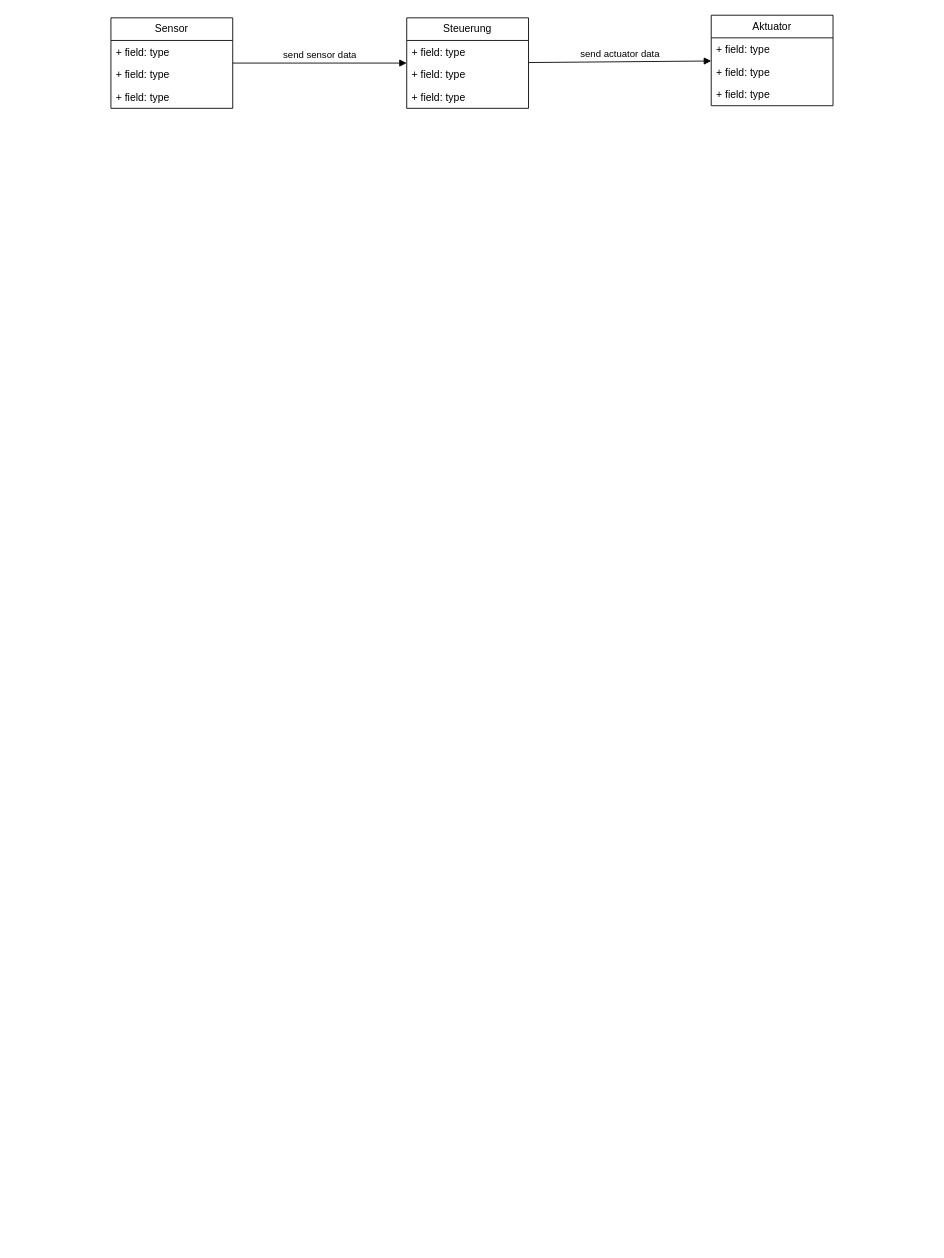
WilkoLu/RoSiBa keeps this draw.io diagram as Entwurf/Systementwurf.drawio. Above is the earlier version. Source tidied: cells renumbered, new cells numbered last; positions are measured from the earlier drawing's top-left corner, leaving out a move shared by most shapes. Both pictures are drawn from the tidied source at 87%, with x=0, y=0 at pixel (110, 15).
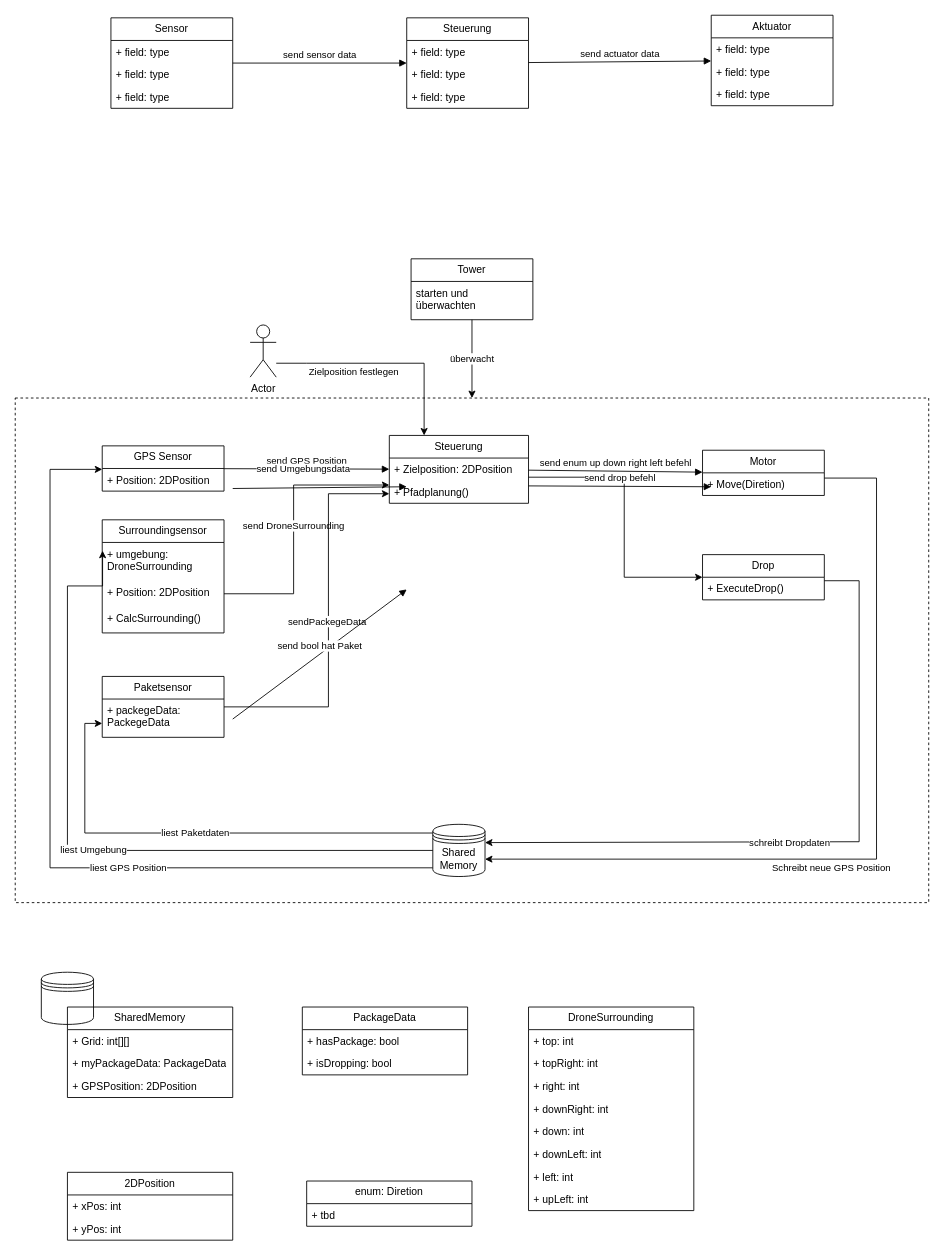
The same page after the edit.

Diff of the diagram source:
```diff
@@
+    <mxCell id="16" style="rounded=0;whiteSpace=wrap;html=1;fillColor=none;dashed=1;" parent="1" vertex="1">
+      <mxGeometry x="-110" y="440" width="1050" height="580" as="geometry" />
+    </mxCell>
@@
+    <mxCell id="17" value="GPS Sensor" style="swimlane;fontStyle=0;horizontal=1;startSize=26;fillColor=none;whiteSpace=wrap;html=1;" parent="1" vertex="1">
+      <mxGeometry x="-10" y="495" width="140" height="52" as="geometry" />
+    </mxCell>
+    <mxCell id="18" value="+ Position: 2DPosition" style="text;strokeColor=none;fillColor=none;align=left;verticalAlign=top;spacingLeft=4;spacingRight=4;overflow=hidden;whiteSpace=wrap;html=1;" parent="17" vertex="1">
+      <mxGeometry y="26" width="140" height="26" as="geometry" />
+    </mxCell>
+    <mxCell id="19" style="edgeStyle=orthogonalEdgeStyle;rounded=0;jettySize=auto;html=1;" parent="1" edge="1" source="20" target="34">
+      <mxGeometry relative="1" as="geometry">
+        <Array as="points">
+          <mxPoint x="590" y="531" />
+          <mxPoint x="590" y="646" />
+        </Array>
+      </mxGeometry>
+    </mxCell>
+    <mxCell id="20" value="Steuerung" style="swimlane;fontStyle=0;horizontal=1;startSize=26;fillColor=none;whiteSpace=wrap;html=1;" parent="1" vertex="1">
+      <mxGeometry x="320" y="483" width="160" height="78" as="geometry" />
+    </mxCell>
+    <mxCell id="21" value="+ Zielposition: 2DPosition" style="text;strokeColor=none;fillColor=none;align=left;verticalAlign=top;spacingLeft=4;spacingRight=4;overflow=hidden;whiteSpace=wrap;html=1;" parent="20" vertex="1">
+      <mxGeometry y="26" width="160" height="26" as="geometry" />
+    </mxCell>
+    <mxCell id="22" value="+ Pfadplanung()" style="text;strokeColor=none;fillColor=none;align=left;verticalAlign=top;spacingLeft=4;spacingRight=4;overflow=hidden;whiteSpace=wrap;html=1;" parent="20" vertex="1">
+      <mxGeometry y="52" width="160" height="26" as="geometry" />
+    </mxCell>
+    <mxCell id="23" value="Schreibt neue GPS Position" style="edgeStyle=orthogonalEdgeStyle;rounded=0;jettySize=auto;html=1;" parent="1" edge="1" source="24">
+      <mxGeometry x="0.16" y="10" relative="1" as="geometry">
+        <mxPoint x="430" y="970" as="targetPoint" />
+        <Array as="points">
+          <mxPoint x="880" y="532" />
+          <mxPoint x="880" y="970" />
+        </Array>
+      </mxGeometry>
+    </mxCell>
+    <mxCell id="24" value="Motor" style="swimlane;fontStyle=0;horizontal=1;startSize=26;fillColor=none;whiteSpace=wrap;html=1;" parent="1" vertex="1">
+      <mxGeometry x="680" y="500" width="140" height="52" as="geometry" />
+    </mxCell>
+    <mxCell id="25" value="+ Move(Diretion)" style="text;strokeColor=none;fillColor=none;align=left;verticalAlign=top;spacingLeft=4;spacingRight=4;overflow=hidden;whiteSpace=wrap;html=1;" parent="24" vertex="1">
+      <mxGeometry y="26" width="140" height="26" as="geometry" />
+    </mxCell>
+    <mxCell id="26" value="send GPS Position" style="html=1;verticalAlign=bottom;endArrow=block;curved=0;rounded=0;" parent="1" edge="1" source="17" target="20">
+      <mxGeometry relative="1" as="geometry" />
+    </mxCell>
+    <mxCell id="27" value="send enum up down right left befehl" style="html=1;verticalAlign=bottom;endArrow=block;curved=0;rounded=0;" parent="1" edge="1" source="20" target="24">
+      <mxGeometry relative="1" as="geometry" />
+    </mxCell>
+    <mxCell id="28" value="send&amp;nbsp;DroneSurrounding" style="edgeStyle=orthogonalEdgeStyle;rounded=0;orthogonalLoop=1;jettySize=auto;html=1;" parent="1" edge="1">
+      <mxGeometry relative="1" as="geometry">
+        <mxPoint x="130" y="665" as="sourcePoint" />
+        <mxPoint x="320" y="540" as="targetPoint" />
+        <Array as="points">
+          <mxPoint x="210" y="665" />
+          <mxPoint x="210" y="540" />
+        </Array>
+      </mxGeometry>
+    </mxCell>
+    <mxCell id="29" value="Surroundingsensor" style="swimlane;fontStyle=0;horizontal=1;startSize=26;fillColor=none;whiteSpace=wrap;html=1;" parent="1" vertex="1">
+      <mxGeometry x="-10" y="580" width="140" height="130" as="geometry" />
+    </mxCell>
+    <mxCell id="30" value="+ umgebung: DroneSurrounding" style="text;strokeColor=none;fillColor=none;align=left;verticalAlign=top;spacingLeft=4;spacingRight=4;overflow=hidden;points=[[0,0.5],[1,0.5]];portConstraint=eastwest;whiteSpace=wrap;html=1;" parent="29" vertex="1">
+      <mxGeometry y="26" width="140" height="44" as="geometry" />
+    </mxCell>
+    <mxCell id="31" value="+ Position: 2DPosition" style="text;strokeColor=none;fillColor=none;align=left;verticalAlign=top;spacingLeft=4;spacingRight=4;overflow=hidden;whiteSpace=wrap;html=1;" parent="29" vertex="1">
+      <mxGeometry y="70" width="140" height="30" as="geometry" />
+    </mxCell>
+    <mxCell id="32" value="+ CalcSurrounding()" style="text;strokeColor=none;fillColor=none;align=left;verticalAlign=top;spacingLeft=4;spacingRight=4;overflow=hidden;whiteSpace=wrap;html=1;" parent="29" vertex="1">
+      <mxGeometry y="100" width="140" height="30" as="geometry" />
+    </mxCell>
+    <mxCell id="33" value="send Umgebungsdata" style="html=1;verticalAlign=bottom;endArrow=block;curved=0;rounded=0;exitX=1.002;exitY=0.306;exitDx=0;exitDy=0;exitPerimeter=0;entryX=0;entryY=0.5;entryDx=0;entryDy=0;" parent="1" edge="1">
+      <mxGeometry x="-0.19" y="12" relative="1" as="geometry">
+        <mxPoint x="140" y="544" as="sourcePoint" />
+        <mxPoint x="340" y="542" as="targetPoint" />
+      </mxGeometry>
+    </mxCell>
+    <mxCell id="34" value="Drop" style="swimlane;fontStyle=0;horizontal=1;startSize=26;fillColor=none;whiteSpace=wrap;html=1;" parent="1" vertex="1">
+      <mxGeometry x="680" y="620" width="140" height="52" as="geometry" />
+    </mxCell>
+    <mxCell id="35" value="+ ExecuteDrop()" style="text;strokeColor=none;fillColor=none;align=left;verticalAlign=top;spacingLeft=4;spacingRight=4;overflow=hidden;whiteSpace=wrap;html=1;" parent="34" vertex="1">
+      <mxGeometry y="26" width="140" height="26" as="geometry" />
+    </mxCell>
+    <mxCell id="36" value="send drop befehl" style="html=1;verticalAlign=bottom;endArrow=block;curved=0;rounded=0;entryX=-0.024;entryY=0.49;entryDx=0;entryDy=0;entryPerimeter=0;exitX=1;exitY=0.5;exitDx=0;exitDy=0;" parent="1" edge="1">
+      <mxGeometry relative="1" as="geometry">
+        <mxPoint x="480" y="541" as="sourcePoint" />
+        <mxPoint x="690" y="542" as="targetPoint" />
+      </mxGeometry>
+    </mxCell>
+    <mxCell id="37" value="überwacht" style="edgeStyle=orthogonalEdgeStyle;rounded=0;jettySize=auto;html=1;" parent="1" edge="1" source="38" target="16">
+      <mxGeometry relative="1" as="geometry" />
+    </mxCell>
+    <mxCell id="38" value="Tower" style="swimlane;fontStyle=0;horizontal=1;startSize=26;fillColor=none;whiteSpace=wrap;html=1;" parent="1" vertex="1">
+      <mxGeometry x="345" y="280" width="140" height="70" as="geometry" />
+    </mxCell>
+    <mxCell id="39" value="starten und überwachten" style="text;strokeColor=none;fillColor=none;align=left;verticalAlign=top;spacingLeft=4;spacingRight=4;overflow=hidden;whiteSpace=wrap;html=1;" parent="38" vertex="1">
+      <mxGeometry y="26" width="140" height="44" as="geometry" />
+    </mxCell>
+    <mxCell id="40" value="Actor" style="shape=umlActor;verticalLabelPosition=bottom;verticalAlign=top;html=1;outlineConnect=0;" parent="1" vertex="1">
+      <mxGeometry x="160" y="356" width="30" height="60" as="geometry" />
+    </mxCell>
+    <mxCell id="41" value="Zielposition festlegen" style="edgeStyle=orthogonalEdgeStyle;rounded=0;jettySize=auto;html=1;entryX=0.25;entryY=0;entryDx=0;entryDy=0;" parent="1" edge="1" source="40" target="20">
+      <mxGeometry x="-0.3" y="-10" relative="1" as="geometry">
+        <Array as="points">
+          <mxPoint x="225" y="400" />
+          <mxPoint x="365" y="400" />
+        </Array>
+      </mxGeometry>
+    </mxCell>
+    <mxCell id="42" value="sendPackegeData&amp;nbsp;" style="edgeStyle=orthogonalEdgeStyle;rounded=0;jettySize=auto;html=1;" parent="1" edge="1" source="43" target="20">
+      <mxGeometry relative="1" as="geometry">
+        <Array as="points">
+          <mxPoint x="250" y="795" />
+          <mxPoint x="250" y="550" />
+        </Array>
+      </mxGeometry>
+    </mxCell>
+    <mxCell id="43" value="Paketsensor" style="swimlane;fontStyle=0;horizontal=1;startSize=26;fillColor=none;whiteSpace=wrap;html=1;" parent="1" vertex="1">
+      <mxGeometry x="-10" y="760" width="140" height="70" as="geometry" />
+    </mxCell>
+    <mxCell id="44" value="+ packegeData: PackegeData" style="text;strokeColor=none;fillColor=none;align=left;verticalAlign=top;spacingLeft=4;spacingRight=4;overflow=hidden;whiteSpace=wrap;html=1;" parent="43" vertex="1">
+      <mxGeometry y="26" width="140" height="44" as="geometry" />
+    </mxCell>
+    <mxCell id="45" value="send bool hat Paket" style="html=1;verticalAlign=bottom;endArrow=block;curved=0;rounded=0;exitX=1.014;exitY=0.296;exitDx=0;exitDy=0;exitPerimeter=0;entryX=0;entryY=0.5;entryDx=0;entryDy=0;" parent="1" edge="1">
+      <mxGeometry relative="1" as="geometry">
+        <mxPoint x="140" y="809" as="sourcePoint" />
+        <mxPoint x="340" y="660" as="targetPoint" />
+      </mxGeometry>
+    </mxCell>
+    <mxCell id="46" value="liest GPS Position" style="edgeStyle=orthogonalEdgeStyle;rounded=0;jettySize=auto;html=1;" parent="1" edge="1" source="47" target="17">
+      <mxGeometry x="-0.27" relative="1" as="geometry">
+        <Array as="points">
+          <mxPoint x="-70" y="980" />
+          <mxPoint x="-70" y="522" />
+        </Array>
+      </mxGeometry>
+    </mxCell>
+    <mxCell id="47" value="Shared&lt;br&gt;Memory" style="shape=datastore;whiteSpace=wrap;html=1;" parent="1" vertex="1">
+      <mxGeometry x="370" y="930" width="60" height="60" as="geometry" />
+    </mxCell>
+    <mxCell id="48" value="schreibt Dropdaten" style="edgeStyle=orthogonalEdgeStyle;rounded=0;orthogonalLoop=1;jettySize=auto;html=1;entryX=1;entryY=0.5;entryDx=0;entryDy=0;" parent="1" edge="1">
+      <mxGeometry x="0.09" y="1" relative="1" as="geometry">
+        <mxPoint x="820" y="650" as="sourcePoint" />
+        <mxPoint x="430" y="951" as="targetPoint" />
+        <Array as="points">
+          <mxPoint x="860" y="650" />
+          <mxPoint x="860" y="950" />
+          <mxPoint x="430" y="950" />
+        </Array>
+      </mxGeometry>
+    </mxCell>
+    <mxCell id="49" style="shape=datastore;whiteSpace=wrap;html=1;" parent="1" vertex="1">
+      <mxGeometry x="-80" y="1100" width="60" height="60" as="geometry" />
+    </mxCell>
+    <mxCell id="50" value="SharedMemory" style="swimlane;fontStyle=0;horizontal=1;startSize=26;fillColor=none;whiteSpace=wrap;html=1;" parent="1" vertex="1">
+      <mxGeometry x="-50" y="1140" width="190" height="104" as="geometry" />
+    </mxCell>
+    <mxCell id="51" value="+ Grid: int[][]" style="text;strokeColor=none;fillColor=none;align=left;verticalAlign=top;spacingLeft=4;spacingRight=4;overflow=hidden;whiteSpace=wrap;html=1;" parent="50" vertex="1">
+      <mxGeometry y="26" width="190" height="26" as="geometry" />
+    </mxCell>
+    <mxCell id="52" value="+ myPackageData:&amp;nbsp;PackageData" style="text;strokeColor=none;fillColor=none;align=left;verticalAlign=top;spacingLeft=4;spacingRight=4;overflow=hidden;whiteSpace=wrap;html=1;" parent="50" vertex="1">
+      <mxGeometry y="52" width="190" height="26" as="geometry" />
+    </mxCell>
+    <mxCell id="53" value="+ GPSPosition: 2DPosition" style="text;strokeColor=none;fillColor=none;align=left;verticalAlign=top;spacingLeft=4;spacingRight=4;overflow=hidden;whiteSpace=wrap;html=1;" parent="50" vertex="1">
+      <mxGeometry y="78" width="190" height="26" as="geometry" />
+    </mxCell>
+    <mxCell id="54" value="2DPosition" style="swimlane;fontStyle=0;horizontal=1;startSize=26;fillColor=none;whiteSpace=wrap;html=1;" parent="1" vertex="1">
+      <mxGeometry x="-50" y="1330" width="190" height="78" as="geometry" />
+    </mxCell>
+    <mxCell id="55" value="+ xPos: int" style="text;strokeColor=none;fillColor=none;align=left;verticalAlign=top;spacingLeft=4;spacingRight=4;overflow=hidden;whiteSpace=wrap;html=1;" parent="54" vertex="1">
+      <mxGeometry y="26" width="190" height="26" as="geometry" />
+    </mxCell>
+    <mxCell id="56" value="+ yPos: int" style="text;strokeColor=none;fillColor=none;align=left;verticalAlign=top;spacingLeft=4;spacingRight=4;overflow=hidden;whiteSpace=wrap;html=1;" parent="54" vertex="1">
+      <mxGeometry y="52" width="190" height="26" as="geometry" />
+    </mxCell>
+    <mxCell id="57" value="liest Umgebung" style="edgeStyle=orthogonalEdgeStyle;rounded=0;jettySize=auto;html=1;entryX=-0.002;entryY=0.295;entryDx=0;entryDy=0;entryPerimeter=0;" parent="1" edge="1" source="47">
+      <mxGeometry relative="1" as="geometry">
+        <Array as="points">
+          <mxPoint x="-50" y="960" />
+          <mxPoint x="-50" y="680" />
+        </Array>
+      </mxGeometry>
+    </mxCell>
+    <mxCell id="58" value="liest Paketdaten" style="edgeStyle=orthogonalEdgeStyle;rounded=0;jettySize=auto;html=1;" parent="1" edge="1" source="47" target="43">
+      <mxGeometry relative="1" as="geometry">
+        <Array as="points">
+          <mxPoint x="-30" y="940" />
+          <mxPoint x="-30" y="814" />
+        </Array>
+      </mxGeometry>
+    </mxCell>
+    <mxCell id="59" value="DroneSurrounding" style="swimlane;fontStyle=0;horizontal=1;startSize=26;fillColor=none;whiteSpace=wrap;html=1;" parent="1" vertex="1">
+      <mxGeometry x="480" y="1140" width="190" height="234" as="geometry" />
+    </mxCell>
+    <mxCell id="60" value="+ top: int" style="text;strokeColor=none;fillColor=none;align=left;verticalAlign=top;spacingLeft=4;spacingRight=4;overflow=hidden;whiteSpace=wrap;html=1;" parent="59" vertex="1">
+      <mxGeometry y="26" width="190" height="26" as="geometry" />
+    </mxCell>
+    <mxCell id="61" value="+ topRight: int" style="text;strokeColor=none;fillColor=none;align=left;verticalAlign=top;spacingLeft=4;spacingRight=4;overflow=hidden;whiteSpace=wrap;html=1;" parent="59" vertex="1">
+      <mxGeometry y="52" width="190" height="26" as="geometry" />
+    </mxCell>
+    <mxCell id="62" value="+ right: int" style="text;strokeColor=none;fillColor=none;align=left;verticalAlign=top;spacingLeft=4;spacingRight=4;overflow=hidden;whiteSpace=wrap;html=1;" parent="59" vertex="1">
+      <mxGeometry y="78" width="190" height="26" as="geometry" />
+    </mxCell>
+    <mxCell id="63" value="+ downRight: int" style="text;strokeColor=none;fillColor=none;align=left;verticalAlign=top;spacingLeft=4;spacingRight=4;overflow=hidden;whiteSpace=wrap;html=1;" parent="59" vertex="1">
+      <mxGeometry y="104" width="190" height="26" as="geometry" />
+    </mxCell>
+    <mxCell id="64" value="+ down: int" style="text;strokeColor=none;fillColor=none;align=left;verticalAlign=top;spacingLeft=4;spacingRight=4;overflow=hidden;whiteSpace=wrap;html=1;" parent="59" vertex="1">
+      <mxGeometry y="130" width="190" height="26" as="geometry" />
+    </mxCell>
+    <mxCell id="65" value="+ downLeft: int" style="text;strokeColor=none;fillColor=none;align=left;verticalAlign=top;spacingLeft=4;spacingRight=4;overflow=hidden;whiteSpace=wrap;html=1;" parent="59" vertex="1">
+      <mxGeometry y="156" width="190" height="26" as="geometry" />
+    </mxCell>
+    <mxCell id="66" value="+ left: int" style="text;strokeColor=none;fillColor=none;align=left;verticalAlign=top;spacingLeft=4;spacingRight=4;overflow=hidden;whiteSpace=wrap;html=1;" parent="59" vertex="1">
+      <mxGeometry y="182" width="190" height="26" as="geometry" />
+    </mxCell>
+    <mxCell id="67" value="+ upLeft: int" style="text;strokeColor=none;fillColor=none;align=left;verticalAlign=top;spacingLeft=4;spacingRight=4;overflow=hidden;whiteSpace=wrap;html=1;" parent="59" vertex="1">
+      <mxGeometry y="208" width="190" height="26" as="geometry" />
+    </mxCell>
+    <mxCell id="68" value="PackageData" style="swimlane;fontStyle=0;horizontal=1;startSize=26;fillColor=none;whiteSpace=wrap;html=1;" parent="1" vertex="1">
+      <mxGeometry x="220" y="1140" width="190" height="78" as="geometry" />
+    </mxCell>
+    <mxCell id="69" value="+ hasPackage: bool" style="text;strokeColor=none;fillColor=none;align=left;verticalAlign=top;spacingLeft=4;spacingRight=4;overflow=hidden;whiteSpace=wrap;html=1;" parent="68" vertex="1">
+      <mxGeometry y="26" width="190" height="26" as="geometry" />
+    </mxCell>
+    <mxCell id="70" value="+ isDropping: bool" style="text;strokeColor=none;fillColor=none;align=left;verticalAlign=top;spacingLeft=4;spacingRight=4;overflow=hidden;whiteSpace=wrap;html=1;" parent="68" vertex="1">
+      <mxGeometry y="52" width="190" height="26" as="geometry" />
+    </mxCell>
+    <mxCell id="71" value="liest Umgebung" style="edgeStyle=orthogonalEdgeStyle;rounded=0;jettySize=auto;html=1;entryX=0.003;entryY=0.217;entryDx=0;entryDy=0;entryPerimeter=0;" parent="1" edge="1" source="47" target="30">
+      <mxGeometry x="-0.03" relative="1" as="geometry">
+        <Array as="points">
+          <mxPoint x="-50" y="960" />
+          <mxPoint x="-50" y="656" />
+        </Array>
+      </mxGeometry>
+    </mxCell>
+    <mxCell id="72" value="enum: Diretion" style="swimlane;fontStyle=0;horizontal=1;startSize=26;fillColor=none;whiteSpace=wrap;html=1;" parent="1" vertex="1">
+      <mxGeometry x="225" y="1340" width="190" height="52" as="geometry" />
+    </mxCell>
+    <mxCell id="73" value="+ tbd" style="text;strokeColor=none;fillColor=none;align=left;verticalAlign=top;spacingLeft=4;spacingRight=4;overflow=hidden;whiteSpace=wrap;html=1;" parent="72" vertex="1">
+      <mxGeometry y="26" width="190" height="26" as="geometry" />
+    </mxCell>
```
